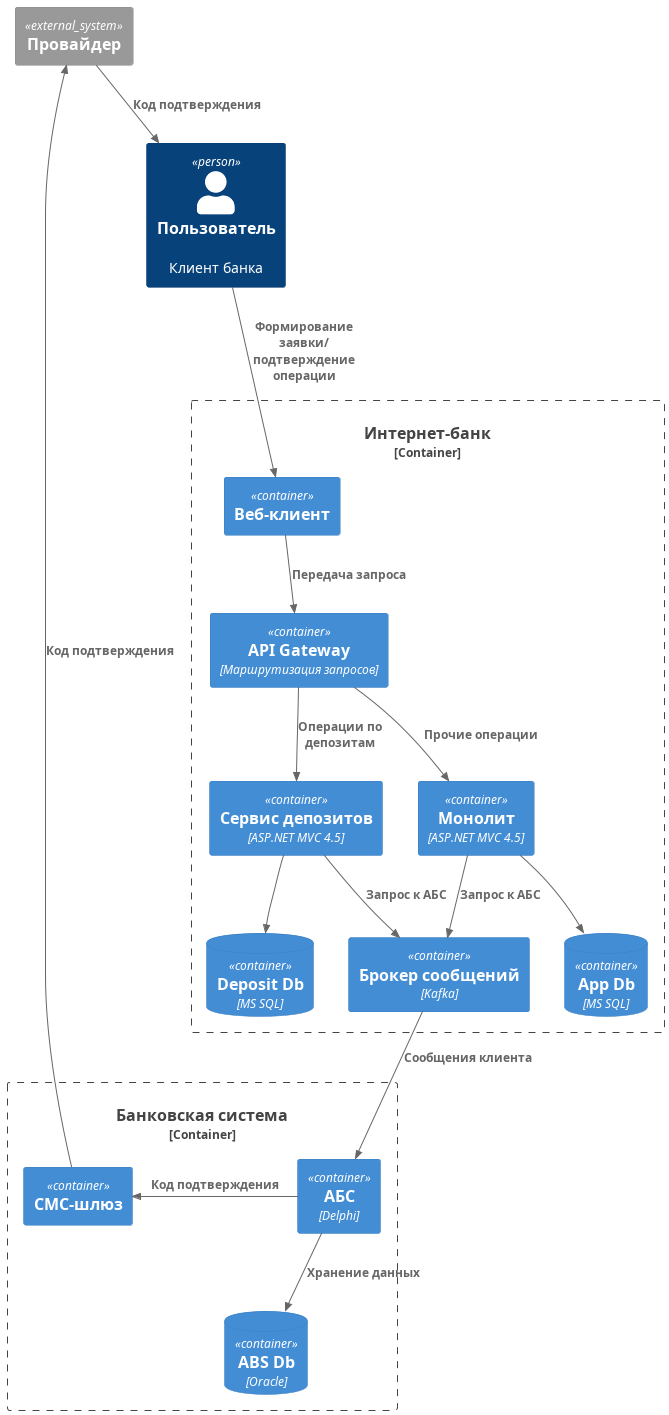
Earlier version of the PlantUML export Task3/UC2_Containers.png (mikhel1984/architecture-standart).
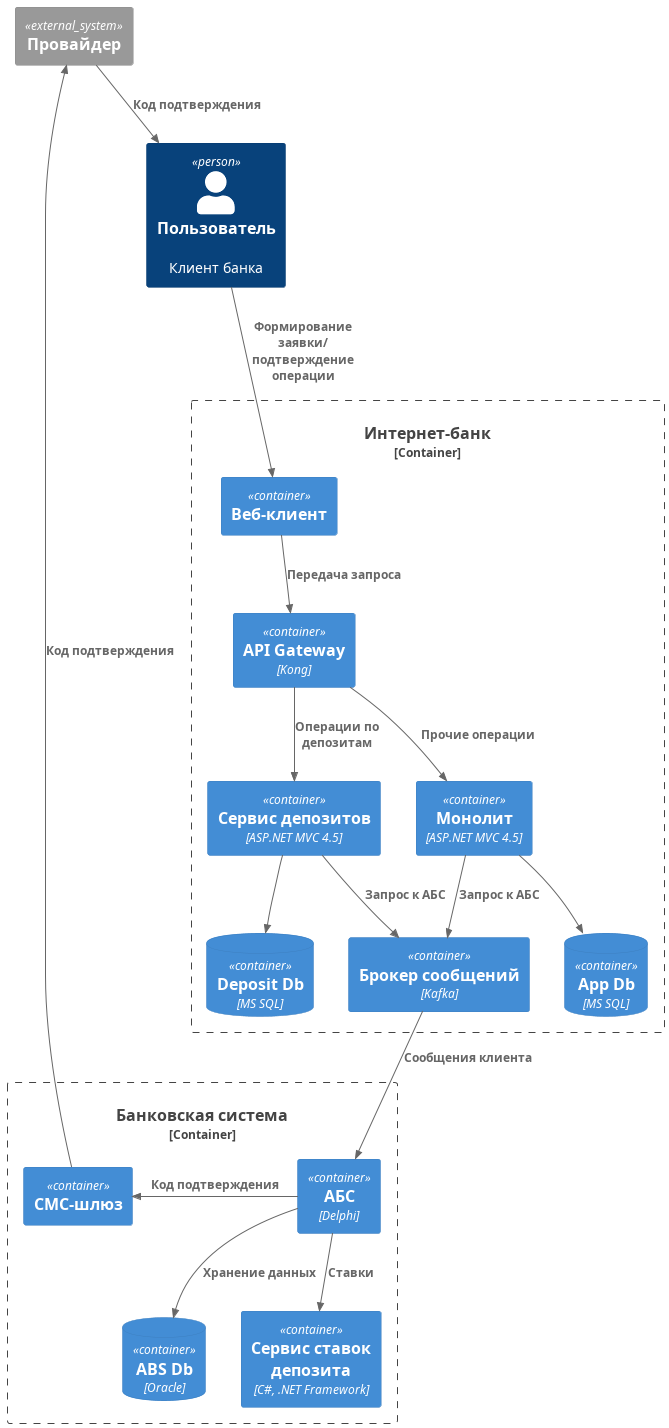
After the commit.

The edit, as a diff of the source:
```diff
@@ -8,7 +8,7 @@
 
 Container_Boundary(app, "Интернет-банк") {
     Container(webapp, "Веб-клиент")
-    Container(gateway, "API Gateway", "Маршрутизация запросов")
+    Container(gateway, "API Gateway", "Kong")
     Container(monolith, "Монолит", "ASP.NET MVC 4.5")
     ContainerDb(monolith_db, "App Db", "MS SQL")
     Container(deposit, "Сервис депозитов", "ASP.NET MVC 4.5")
@@ -20,6 +20,7 @@
     Container(abs, "АБС", "Delphi")
     Container(sms, "СМС-шлюз", "")
     ContainerDb(db, "ABS Db", "Oracle")
+    Container(percent, "Сервис ставок депозита", "C#, .NET Framework")
 }
 
 System_Ext(provider, "Провайдер")
@@ -37,6 +38,7 @@
 Rel_R(abs, sms, "Код подтверждения")
 Rel(abs, db, "Хранение данных")
 Rel(sms, provider, "Код подтверждения")
+Rel(abs, percent, "Ставки")
 
 Rel(provider, user, "Код подтверждения")
 
```
